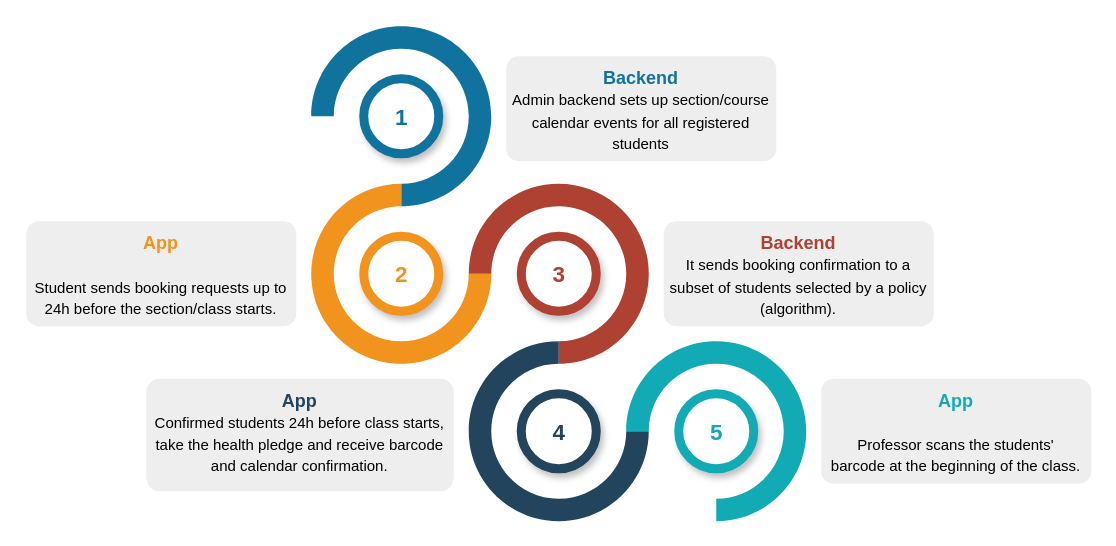
This is page "flow" (2 of 4) of lectures/ai-systems/going-back-to-work/images/going-back-to-work.drawio from pantelis/aiml-common, a draw.io file, before an edit. Source tidied: cells renumbered, new cells numbered last; positions are measured from the earlier drawing's top-left corner, leaving out a move shared by most shapes. Both pictures are drawn from the tidied source at 150%, with x=0, y=0 at pixel (26, 26).
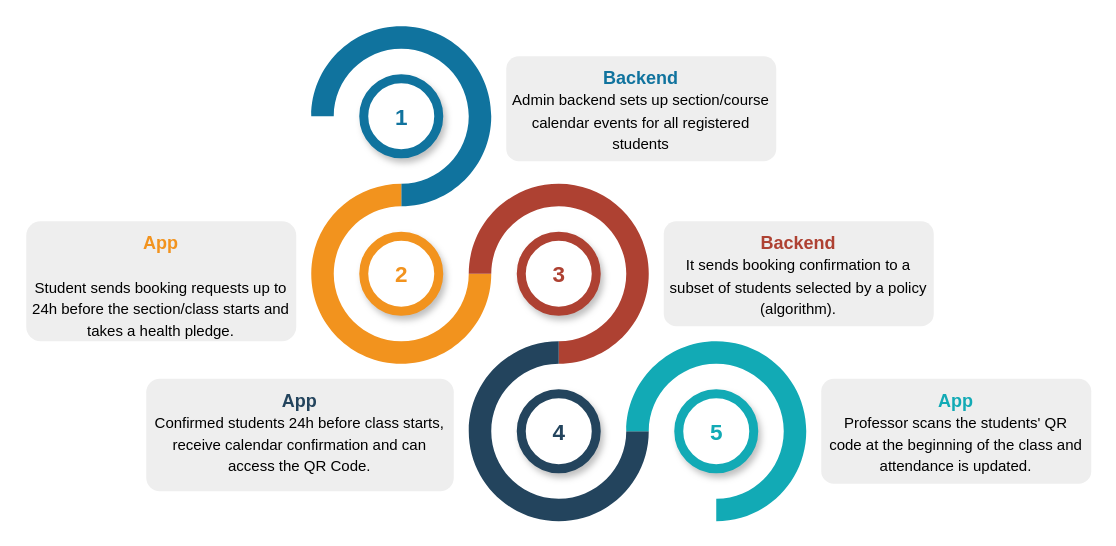
Above is the later version.

Diff of the diagram source:
```diff
@@
 <mxGraphModel>
   <root>
     <mxCell id="0" />
     <mxCell id="1" parent="0" />
     <mxCell id="2" style="verticalLabelPosition=bottom;verticalAlign=top;html=1;shape=mxgraph.basic.partConcEllipse;startAngle=0.75;endAngle=0.5;arcWidth=0.25;fillColor=#10739E;strokeColor=none;shadow=0;" parent="1" vertex="1">
       <mxGeometry x="190" width="120" height="120" as="geometry" />
     </mxCell>
     <mxCell id="3" style="verticalLabelPosition=bottom;verticalAlign=top;html=1;shape=mxgraph.basic.partConcEllipse;startAngle=0.25;endAngle=0;arcWidth=0.25;fillColor=#F2931E;strokeColor=none;shadow=0;" parent="1" vertex="1">
       <mxGeometry x="190" y="105" width="120" height="120" as="geometry" />
     </mxCell>
     <mxCell id="4" style="verticalLabelPosition=bottom;verticalAlign=top;html=1;shape=mxgraph.basic.partConcEllipse;startAngle=0.75;endAngle=0.5;arcWidth=0.25;fillColor=#AE4132;strokeColor=none;shadow=0;" parent="1" vertex="1">
       <mxGeometry x="295" y="105" width="120" height="120" as="geometry" />
     </mxCell>
     <mxCell id="5" style="verticalLabelPosition=bottom;verticalAlign=top;html=1;shape=mxgraph.basic.partConcEllipse;startAngle=0.25;endAngle=0;arcWidth=0.25;fillColor=#23445D;strokeColor=none;shadow=0;" parent="1" vertex="1">
       <mxGeometry x="295" y="210" width="120" height="120" as="geometry" />
     </mxCell>
     <mxCell id="6" style="verticalLabelPosition=bottom;verticalAlign=top;html=1;shape=mxgraph.basic.partConcEllipse;startAngle=0.75;endAngle=0.5;arcWidth=0.25;fillColor=#12AAB5;strokeColor=none;shadow=0;" parent="1" vertex="1">
       <mxGeometry x="400" y="210" width="120" height="120" as="geometry" />
     </mxCell>
     <mxCell id="7" value="1" style="shape=ellipse;strokeWidth=6;strokeColor=#10739E;fontSize=15;html=1;fontStyle=1;fontColor=#10739E;shadow=1;" parent="1" vertex="1">
       <mxGeometry x="225" y="35" width="50" height="50" as="geometry" />
     </mxCell>
     <mxCell id="8" value="2" style="shape=ellipse;strokeWidth=6;strokeColor=#F2931E;fontSize=15;html=1;fontStyle=1;fontColor=#F2931E;shadow=1;" parent="1" vertex="1">
       <mxGeometry x="225" y="140" width="50" height="50" as="geometry" />
     </mxCell>
     <mxCell id="9" value="3" style="shape=ellipse;strokeWidth=6;strokeColor=#AE4132;fontSize=15;html=1;fontStyle=1;fontColor=#AE4132;shadow=1;" parent="1" vertex="1">
       <mxGeometry x="330" y="140" width="50" height="50" as="geometry" />
     </mxCell>
     <mxCell id="10" value="4" style="shape=ellipse;strokeWidth=6;strokeColor=#23445D;fontSize=15;html=1;fontStyle=1;fontColor=#23445D;shadow=1;" parent="1" vertex="1">
       <mxGeometry x="330" y="245" width="50" height="50" as="geometry" />
     </mxCell>
     <mxCell id="11" value="5" style="shape=ellipse;strokeWidth=6;strokeColor=#12AAB5;fontSize=15;html=1;fontStyle=1;fontColor=#12AAB5;shadow=1;" parent="1" vertex="1">
       <mxGeometry x="435" y="245" width="50" height="50" as="geometry" />
     </mxCell>
     <mxCell id="12" value="&lt;font style=&quot;font-size: 10px&quot;&gt;&lt;font style=&quot;font-size: 12px&quot; color=&quot;#10739E&quot;&gt;&lt;b&gt;Backend&lt;/b&gt;&lt;/font&gt;&lt;br&gt;&lt;font size=&quot;1&quot;&gt;Admin backend sets up section/course calendar events for all registered students&lt;/font&gt;&lt;/font&gt;" style="rounded=1;strokeColor=none;fillColor=#EEEEEE;align=center;arcSize=12;verticalAlign=top;whiteSpace=wrap;html=1;fontSize=12;spacing=3;shadow=0;" parent="1" vertex="1">
       <mxGeometry x="320" y="20" width="180" height="70" as="geometry" />
     </mxCell>
-    <mxCell id="13" value="&lt;font&gt;&lt;font style=&quot;font-size: 12px&quot; color=&quot;#F2931E&quot;&gt;&lt;b&gt;App&lt;/b&gt;&lt;/font&gt;&lt;br&gt;&lt;br&gt;&lt;span style=&quot;font-size: 10px&quot;&gt;Student sends booking requests up to 24h before the section/class starts.&lt;/span&gt;&lt;br&gt;&lt;/font&gt;" style="rounded=1;strokeColor=none;fillColor=#EEEEEE;align=center;arcSize=12;verticalAlign=top;whiteSpace=wrap;html=1;fontSize=12;spacing=3;shadow=0;" parent="1" vertex="1">
-      <mxGeometry y="130" width="180" height="70" as="geometry" />
+    <mxCell id="13" value="&lt;font&gt;&lt;font style=&quot;font-size: 12px&quot; color=&quot;#F2931E&quot;&gt;&lt;b&gt;App&lt;/b&gt;&lt;/font&gt;&lt;br&gt;&lt;br&gt;&lt;span style=&quot;font-size: 10px&quot;&gt;Student sends booking requests up to 24h before the section/class starts and takes a health pledge.&lt;/span&gt;&lt;br&gt;&lt;/font&gt;" style="rounded=1;strokeColor=none;fillColor=#EEEEEE;align=center;arcSize=12;verticalAlign=top;whiteSpace=wrap;html=1;fontSize=12;spacing=3;shadow=0;" parent="1" vertex="1">
+      <mxGeometry y="130" width="180" height="80" as="geometry" />
     </mxCell>
     <mxCell id="14" value="&lt;font&gt;&lt;font style=&quot;font-size: 12px&quot; color=&quot;#AE4132&quot;&gt;&lt;b&gt;Backend&lt;/b&gt;&lt;/font&gt;&lt;br&gt;&lt;span style=&quot;font-size: 10px&quot;&gt;It sends booking confirmation to a subset of students selected by a policy (algorithm).&lt;/span&gt;&lt;br&gt;&lt;/font&gt;" style="rounded=1;strokeColor=none;fillColor=#EEEEEE;align=center;arcSize=12;verticalAlign=top;whiteSpace=wrap;html=1;fontSize=12;spacing=3;shadow=0;" parent="1" vertex="1">
       <mxGeometry x="425" y="130" width="180" height="70" as="geometry" />
     </mxCell>
-    <mxCell id="15" value="&lt;font&gt;&lt;font style=&quot;font-size: 12px&quot; color=&quot;#23445D&quot;&gt;&lt;b&gt;App&lt;/b&gt;&lt;/font&gt;&lt;br&gt;&lt;font size=&quot;1&quot;&gt;Confirmed students 24h before class starts, take the health pledge and receive barcode and calendar confirmation.&lt;/font&gt;&lt;br&gt;&lt;/font&gt;" style="rounded=1;strokeColor=none;fillColor=#EEEEEE;align=center;arcSize=12;verticalAlign=top;whiteSpace=wrap;html=1;fontSize=12;spacing=3;shadow=0;" parent="1" vertex="1">
+    <mxCell id="15" value="&lt;font&gt;&lt;font style=&quot;font-size: 12px&quot; color=&quot;#23445D&quot;&gt;&lt;b&gt;App&lt;/b&gt;&lt;/font&gt;&lt;br&gt;&lt;font size=&quot;1&quot;&gt;Confirmed students 24h before class starts, receive&amp;nbsp;&lt;/font&gt;&lt;span style=&quot;font-size: x-small&quot;&gt;calendar confirmation and can access the&amp;nbsp;&lt;/span&gt;&lt;font size=&quot;1&quot;&gt;QR Code.&lt;/font&gt;&lt;br&gt;&lt;/font&gt;" style="rounded=1;strokeColor=none;fillColor=#EEEEEE;align=center;arcSize=12;verticalAlign=top;whiteSpace=wrap;html=1;fontSize=12;spacing=3;shadow=0;" parent="1" vertex="1">
       <mxGeometry x="80" y="235" width="205" height="75" as="geometry" />
     </mxCell>
-    <mxCell id="16" value="&lt;font&gt;&lt;font color=&quot;#12aab5&quot;&gt;&lt;b&gt;App&lt;/b&gt;&lt;/font&gt;&lt;br&gt;&lt;br&gt;&lt;font size=&quot;1&quot;&gt;Professor scans the students' barcode&amp;nbsp;&lt;/font&gt;&lt;span style=&quot;font-size: x-small&quot;&gt;at the beginning of the class.&lt;/span&gt;&lt;br&gt;&lt;/font&gt;" style="rounded=1;strokeColor=none;fillColor=#EEEEEE;align=center;arcSize=12;verticalAlign=top;whiteSpace=wrap;html=1;fontSize=12;spacing=3;shadow=0;" parent="1" vertex="1">
+    <mxCell id="16" value="&lt;font&gt;&lt;font color=&quot;#12aab5&quot;&gt;&lt;b&gt;App&lt;/b&gt;&lt;/font&gt;&lt;br&gt;&lt;font size=&quot;1&quot;&gt;Professor scans the students' QR code&amp;nbsp;&lt;/font&gt;&lt;span style=&quot;font-size: x-small&quot;&gt;at the beginning of the class and attendance is updated.&lt;/span&gt;&lt;br&gt;&lt;/font&gt;" style="rounded=1;strokeColor=none;fillColor=#EEEEEE;align=center;arcSize=12;verticalAlign=top;whiteSpace=wrap;html=1;fontSize=12;spacing=3;shadow=0;" parent="1" vertex="1">
       <mxGeometry x="530" y="235" width="180" height="70" as="geometry" />
     </mxCell>
   </root>
 </mxGraphModel>
```
